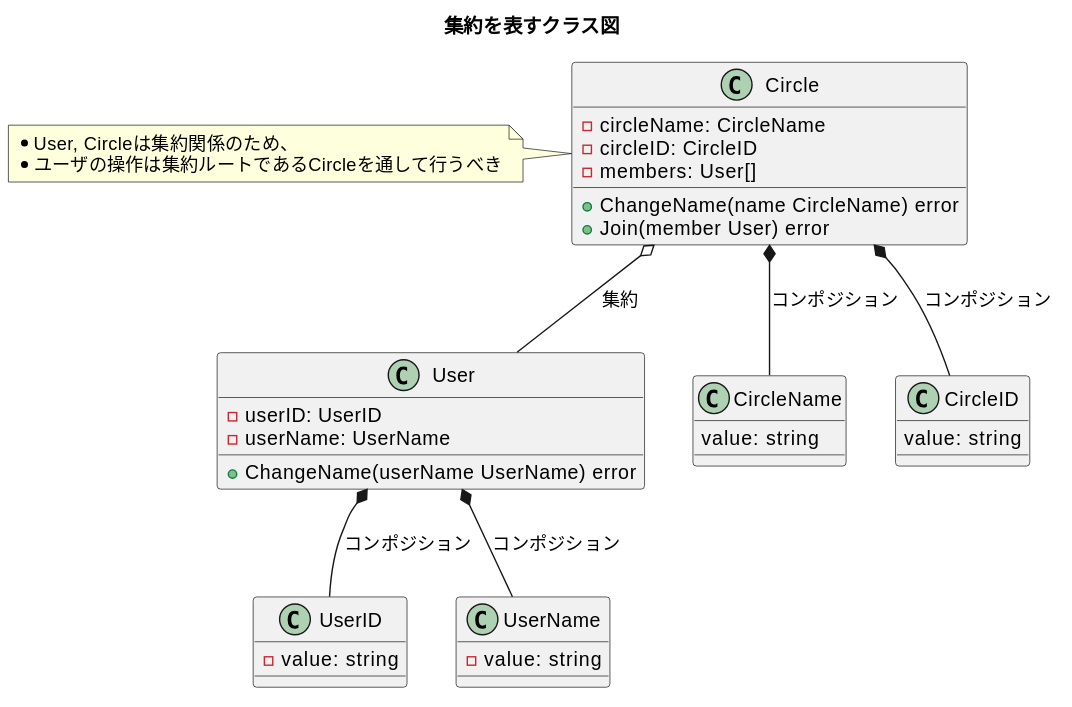
Above: diagrams/ch12-aggregate-circle.svg in Yuki-TU/ddd (PlantUML), before the change. Its diagram source:
```plantuml
@startuml
title 集約を表すクラス図

class User {
  - userID: UserID
  - userName: UserName
  + ChangeName(userName UserName) error
}

class UserID {
  - value: string
}

class UserName {
  - value: string
}
class Circle {
  - circleName: CircleName
  - circleID: CircleID
  - members: User[]
  + ChangeName(name CircleName) error
  + Join(member User) error
}

note left
* User, Circleは集約関係のため、
* ユーザの操作は集約ルートであるCircleを通して行うべき
endnote

class CircleName {
  value: string
}
class CircleID {
  value: string
}

User *-- UserID: コンポジション
User *-- UserName: コンポジション
Circle *-- CircleID: コンポジション
Circle *-- CircleName: コンポジション
Circle o-- User: 集約
@enduml
```
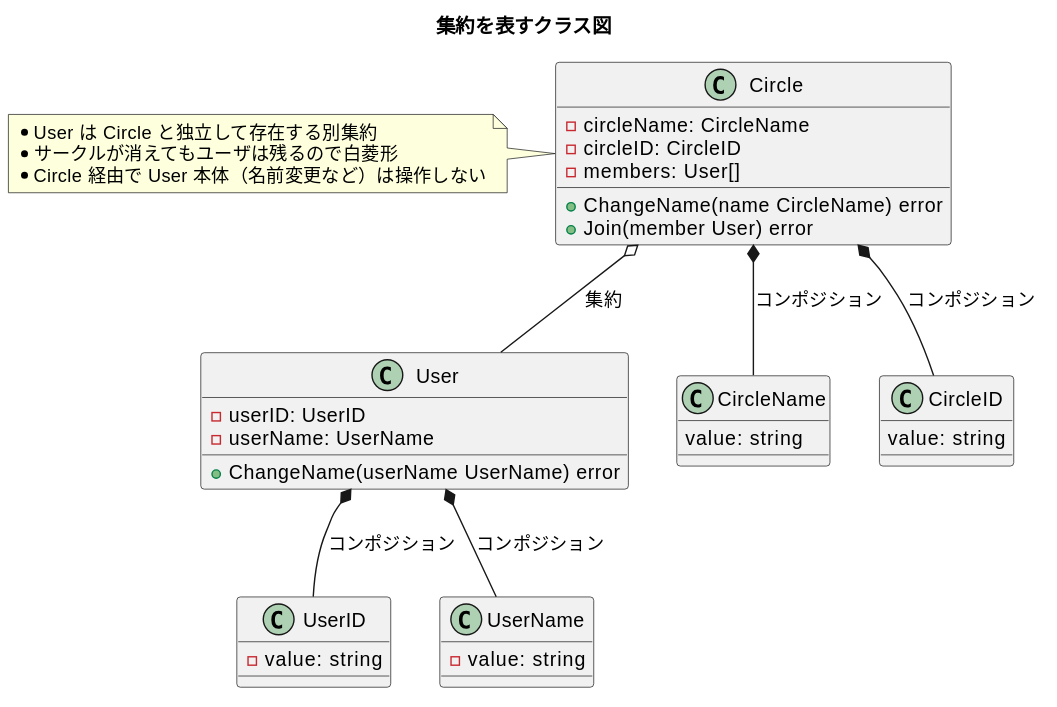
After the commit.

Change to the diagram source:
```diff
@@ -23,8 +23,9 @@
 }
 
 note left
-* User, Circleは集約関係のため、
-* ユーザの操作は集約ルートであるCircleを通して行うべき
+* User は Circle と独立して存在する別集約
+* サークルが消えてもユーザは残るので白菱形
+* Circle 経由で User 本体（名前変更など）は操作しない
 endnote
 
 class CircleName {
```
